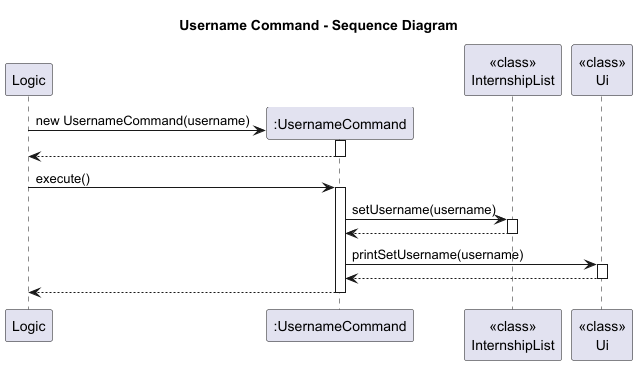
This is docs/diagrams/UsernameCommandSD.png from AY2526S1-CS2113-W14-4/tp, a PlantUML export, as it was before one commit. Its diagram source:
```plantuml
@startuml
title Username Command - Sequence Diagram

participant Logic
create ":UsernameCommand" as UC
participant "<<class>>\nInternshipList" as IL
participant "<<class>>\nUi" as Ui

Logic -> UC** : new UsernameCommand(username)
activate UC
return

Logic -> UC : execute()
activate UC

UC -> IL : setUsername(username)
activate IL
IL --> UC
deactivate IL

UC -> Ui : printSetUsername(username)
activate Ui
Ui --> UC
deactivate Ui

UC --> Logic
deactivate UC
@enduml
```
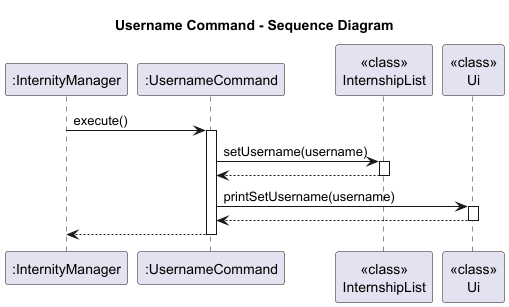
Above is the later version.

Diff of the diagram source:
```diff
@@ -1,14 +1,12 @@
 @startuml
 title Username Command - Sequence Diagram
 
-participant Logic
-create ":UsernameCommand" as UC
+participant Logic as ":InternityManager"
+participant ":UsernameCommand" as UC
 participant "<<class>>\nInternshipList" as IL
 participant "<<class>>\nUi" as Ui
 
-Logic -> UC** : new UsernameCommand(username)
-activate UC
-return
+
 
 Logic -> UC : execute()
 activate UC
```
